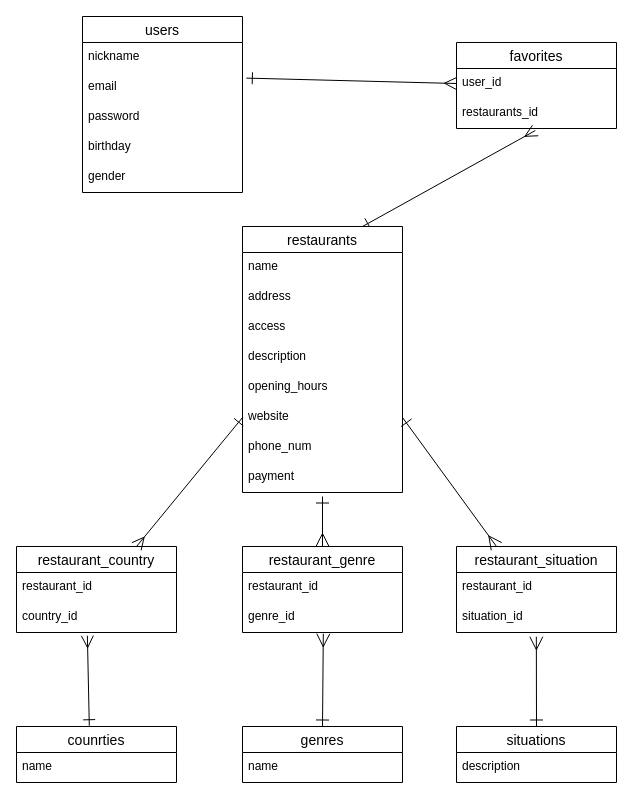
Above: ER .dio in rikookazaki/taste-trip (draw.io), before the change. Source tidied: cells renumbered, new cells numbered last; positions are measured from the earlier drawing's top-left corner, leaving out a move shared by most shapes. Both pictures are drawn from the tidied source at 100%, with x=0, y=0 at pixel (16, 16).
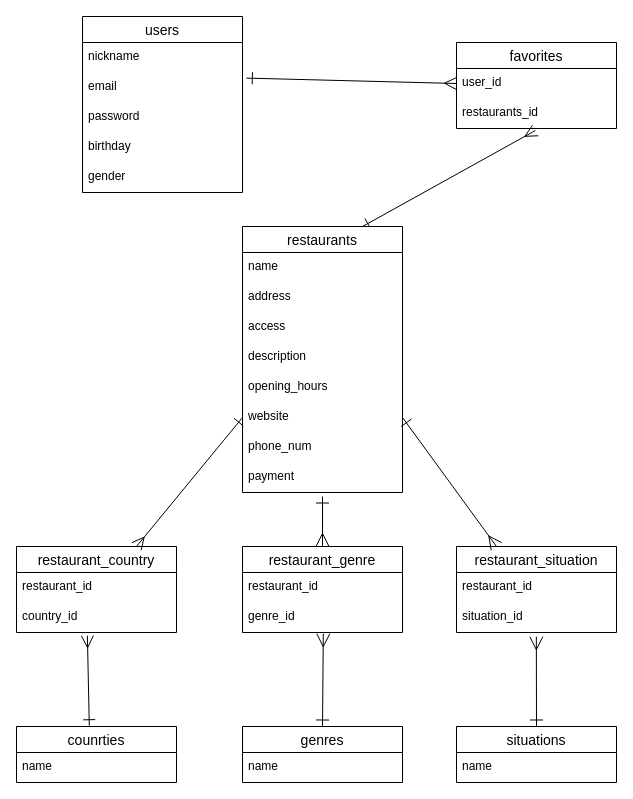
After the change.

Unchanged cells that the change refers to:
```xml
<mxCell id="18" value="situations" style="swimlane;fontStyle=0;horizontal=1;startSize=26;align=center;fontSize=14;" parent="1" vertex="1">
  <mxGeometry x="440" y="710" width="160" height="56" as="geometry" />
</mxCell>
```

What changed in the source:
```diff
@@
-    <mxCell id="19" value="description" style="text;strokeColor=none;fillColor=none;spacingLeft=4;spacingRight=4;overflow=hidden;fontSize=12;" parent="18" vertex="1">
+    <mxCell id="19" value="name" style="text;strokeColor=none;fillColor=none;spacingLeft=4;spacingRight=4;overflow=hidden;fontSize=12;" parent="18" vertex="1">
       <mxGeometry y="26" width="160" height="30" as="geometry" />
     </mxCell>
```
